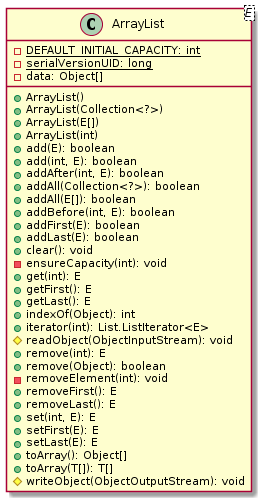
Above: malokhvii-eduard/malokhvii05/doc/plantuml/png/ua.khpi.oop.malokhvii05.common.collect.ArrayList.png in P-Kalin/kit26a (PlantUML), before the change. Its diagram source:
```plantuml
@startuml

    class ArrayList<E> {
        {static} -DEFAULT_INITIAL_CAPACITY: int
        {static} -serialVersionUID: long
        -data: Object[]
        +ArrayList()
        +ArrayList(Collection<?>)
        +ArrayList(E[])
        +ArrayList(int)
        +add(E): boolean
        +add(int, E): boolean
        +addAfter(int, E): boolean
        +addAll(Collection<?>): boolean
        +addAll(E[]): boolean
        +addBefore(int, E): boolean
        +addFirst(E): boolean
        +addLast(E): boolean
        +clear(): void
        -ensureCapacity(int): void
        +get(int): E
        +getFirst(): E
        +getLast(): E
        +indexOf(Object): int
        +iterator(int): List.ListIterator<E>
        #readObject(ObjectInputStream): void
        +remove(int): E
        +remove(Object): boolean
        -removeElement(int): void
        +removeFirst(): E
        +removeLast(): E
        +set(int, E): E
        +setFirst(E): E
        +setLast(E): E
        +toArray(): Object[]
        +toArray(T[]): T[]
        #writeObject(ObjectOutputStream): void
    }

@enduml
```
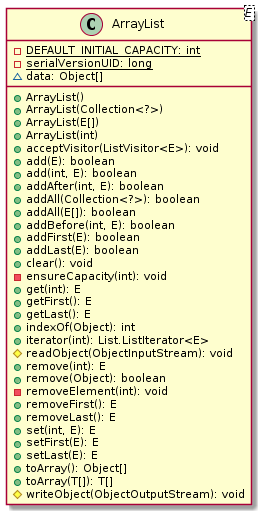
The same diagram one commit later.

What changed in the source:
```diff
@@ -3,11 +3,12 @@
     class ArrayList<E> {
         {static} -DEFAULT_INITIAL_CAPACITY: int
         {static} -serialVersionUID: long
-        -data: Object[]
+        ~data: Object[]
         +ArrayList()
         +ArrayList(Collection<?>)
         +ArrayList(E[])
         +ArrayList(int)
+        +acceptVisitor(ListVisitor<E>): void
         +add(E): boolean
         +add(int, E): boolean
         +addAfter(int, E): boolean
```
